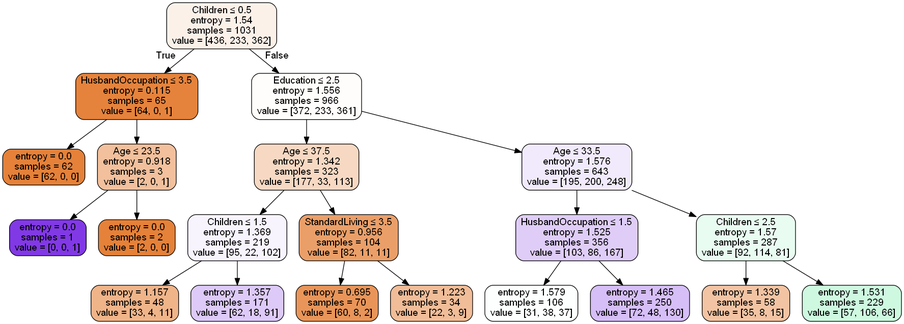
This is Contraceptive/contra_tree.png from kookkig11/ai, a Graphviz export, as it was before one commit. Its source is kept beside it as Contraceptive/contra_tree.dot.
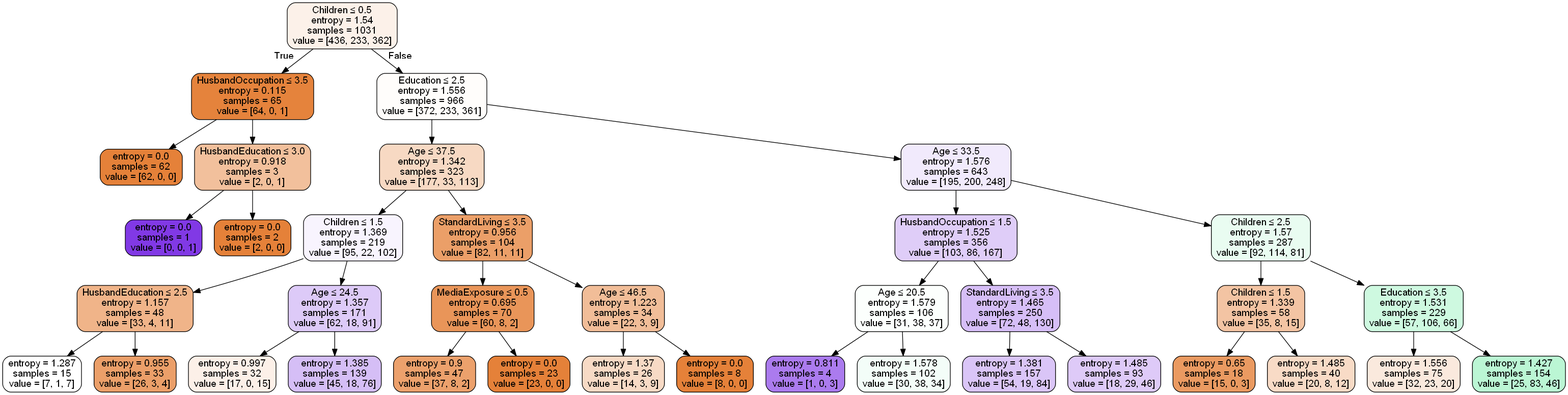
After the change.

What changed in the source:
```diff
@@ -6,7 +6,7 @@
 0 -> 1 [labeldistance=2.5, labelangle=45, headlabel="True"] ;
 2 [label=<entropy = 0.0<br/>samples = 62<br/>value = [62, 0, 0]>, fillcolor="#e58139"] ;
 1 -> 2 ;
-3 [label=<Age &le; 23.5<br/>entropy = 0.918<br/>samples = 3<br/>value = [2, 0, 1]>, fillcolor="#f2c09c"] ;
+3 [label=<HusbandEducation &le; 3.0<br/>entropy = 0.918<br/>samples = 3<br/>value = [2, 0, 1]>, fillcolor="#f2c09c"] ;
 1 -> 3 ;
 4 [label=<entropy = 0.0<br/>samples = 1<br/>value = [0, 0, 1]>, fillcolor="#8139e5"] ;
 3 -> 4 ;
@@ -18,28 +18,60 @@
 6 -> 7 ;
 8 [label=<Children &le; 1.5<br/>entropy = 1.369<br/>samples = 219<br/>value = [95, 22, 102]>, fillcolor="#f8f4fe"] ;
 7 -> 8 ;
-9 [label=<entropy = 1.157<br/>samples = 48<br/>value = [33, 4, 11]>, fillcolor="#f0b489"] ;
+9 [label=<HusbandEducation &le; 2.5<br/>entropy = 1.157<br/>samples = 48<br/>value = [33, 4, 11]>, fillcolor="#f0b489"] ;
 8 -> 9 ;
-10 [label=<entropy = 1.357<br/>samples = 171<br/>value = [62, 18, 91]>, fillcolor="#ddcaf8"] ;
-8 -> 10 ;
-11 [label=<StandardLiving &le; 3.5<br/>entropy = 0.956<br/>samples = 104<br/>value = [82, 11, 11]>, fillcolor="#eb9f68"] ;
-7 -> 11 ;
-12 [label=<entropy = 0.695<br/>samples = 70<br/>value = [60, 8, 2]>, fillcolor="#e99559"] ;
-11 -> 12 ;
-13 [label=<entropy = 1.223<br/>samples = 34<br/>value = [22, 3, 9]>, fillcolor="#f1bd98"] ;
-11 -> 13 ;
-14 [label=<Age &le; 33.5<br/>entropy = 1.576<br/>samples = 643<br/>value = [195, 200, 248]>, fillcolor="#f1eafc"] ;
-6 -> 14 ;
-15 [label=<HusbandOccupation &le; 1.5<br/>entropy = 1.525<br/>samples = 356<br/>value = [103, 86, 167]>, fillcolor="#dfcdf8"] ;
-14 -> 15 ;
-16 [label=<entropy = 1.579<br/>samples = 106<br/>value = [31, 38, 37]>, fillcolor="#fcfffd"] ;
+10 [label=<entropy = 1.287<br/>samples = 15<br/>value = [7, 1, 7]>, fillcolor="#ffffff"] ;
+9 -> 10 ;
+11 [label=<entropy = 0.955<br/>samples = 33<br/>value = [26, 3, 4]>, fillcolor="#eb9f69"] ;
+9 -> 11 ;
+12 [label=<Age &le; 24.5<br/>entropy = 1.357<br/>samples = 171<br/>value = [62, 18, 91]>, fillcolor="#ddcaf8"] ;
+8 -> 12 ;
+13 [label=<entropy = 0.997<br/>samples = 32<br/>value = [17, 0, 15]>, fillcolor="#fcf0e8"] ;
+12 -> 13 ;
+14 [label=<entropy = 1.385<br/>samples = 139<br/>value = [45, 18, 76]>, fillcolor="#d5bef6"] ;
+12 -> 14 ;
+15 [label=<StandardLiving &le; 3.5<br/>entropy = 0.956<br/>samples = 104<br/>value = [82, 11, 11]>, fillcolor="#eb9f68"] ;
+7 -> 15 ;
+16 [label=<MediaExposure &le; 0.5<br/>entropy = 0.695<br/>samples = 70<br/>value = [60, 8, 2]>, fillcolor="#e99559"] ;
 15 -> 16 ;
-17 [label=<entropy = 1.465<br/>samples = 250<br/>value = [72, 48, 130]>, fillcolor="#d6bef7"] ;
-15 -> 17 ;
-18 [label=<Children &le; 2.5<br/>entropy = 1.57<br/>samples = 287<br/>value = [92, 114, 81]>, fillcolor="#e9fcf1"] ;
-14 -> 18 ;
-19 [label=<entropy = 1.339<br/>samples = 58<br/>value = [35, 8, 15]>, fillcolor="#f3c4a3"] ;
-18 -> 19 ;
-20 [label=<entropy = 1.531<br/>samples = 229<br/>value = [57, 106, 66]>, fillcolor="#cef9e0"] ;
-18 -> 20 ;
+17 [label=<entropy = 0.9<br/>samples = 47<br/>value = [37, 8, 2]>, fillcolor="#eca16c"] ;
+16 -> 17 ;
+18 [label=<entropy = 0.0<br/>samples = 23<br/>value = [23, 0, 0]>, fillcolor="#e58139"] ;
+16 -> 18 ;
+19 [label=<Age &le; 46.5<br/>entropy = 1.223<br/>samples = 34<br/>value = [22, 3, 9]>, fillcolor="#f1bd98"] ;
+15 -> 19 ;
+20 [label=<entropy = 1.37<br/>samples = 26<br/>value = [14, 3, 9]>, fillcolor="#f7dac5"] ;
+19 -> 20 ;
+21 [label=<entropy = 0.0<br/>samples = 8<br/>value = [8, 0, 0]>, fillcolor="#e58139"] ;
+19 -> 21 ;
+22 [label=<Age &le; 33.5<br/>entropy = 1.576<br/>samples = 643<br/>value = [195, 200, 248]>, fillcolor="#f1eafc"] ;
+6 -> 22 ;
+23 [label=<HusbandOccupation &le; 1.5<br/>entropy = 1.525<br/>samples = 356<br/>value = [103, 86, 167]>, fillcolor="#dfcdf8"] ;
+22 -> 23 ;
+24 [label=<Age &le; 20.5<br/>entropy = 1.579<br/>samples = 106<br/>value = [31, 38, 37]>, fillcolor="#fcfffd"] ;
+23 -> 24 ;
+25 [label=<entropy = 0.811<br/>samples = 4<br/>value = [1, 0, 3]>, fillcolor="#ab7bee"] ;
+24 -> 25 ;
+26 [label=<entropy = 1.578<br/>samples = 102<br/>value = [30, 38, 34]>, fillcolor="#f3fdf8"] ;
+24 -> 26 ;
+27 [label=<StandardLiving &le; 3.5<br/>entropy = 1.465<br/>samples = 250<br/>value = [72, 48, 130]>, fillcolor="#d6bef7"] ;
+23 -> 27 ;
+28 [label=<entropy = 1.381<br/>samples = 157<br/>value = [54, 19, 84]>, fillcolor="#dac5f7"] ;
+27 -> 28 ;
+29 [label=<entropy = 1.485<br/>samples = 93<br/>value = [18, 29, 46]>, fillcolor="#decaf8"] ;
+27 -> 29 ;
+30 [label=<Children &le; 2.5<br/>entropy = 1.57<br/>samples = 287<br/>value = [92, 114, 81]>, fillcolor="#e9fcf1"] ;
+22 -> 30 ;
+31 [label=<Children &le; 1.5<br/>entropy = 1.339<br/>samples = 58<br/>value = [35, 8, 15]>, fillcolor="#f3c4a3"] ;
+30 -> 31 ;
+32 [label=<entropy = 0.65<br/>samples = 18<br/>value = [15, 0, 3]>, fillcolor="#ea9a61"] ;
+31 -> 32 ;
+33 [label=<entropy = 1.485<br/>samples = 40<br/>value = [20, 8, 12]>, fillcolor="#f8dbc6"] ;
+31 -> 33 ;
+34 [label=<Education &le; 3.5<br/>entropy = 1.531<br/>samples = 229<br/>value = [57, 106, 66]>, fillcolor="#cef9e0"] ;
+30 -> 34 ;
+35 [label=<entropy = 1.556<br/>samples = 75<br/>value = [32, 23, 20]>, fillcolor="#fae9dd"] ;
+34 -> 35 ;
+36 [label=<entropy = 1.427<br/>samples = 154<br/>value = [25, 83, 46]>, fillcolor="#bbf6d4"] ;
+34 -> 36 ;
 }
```
